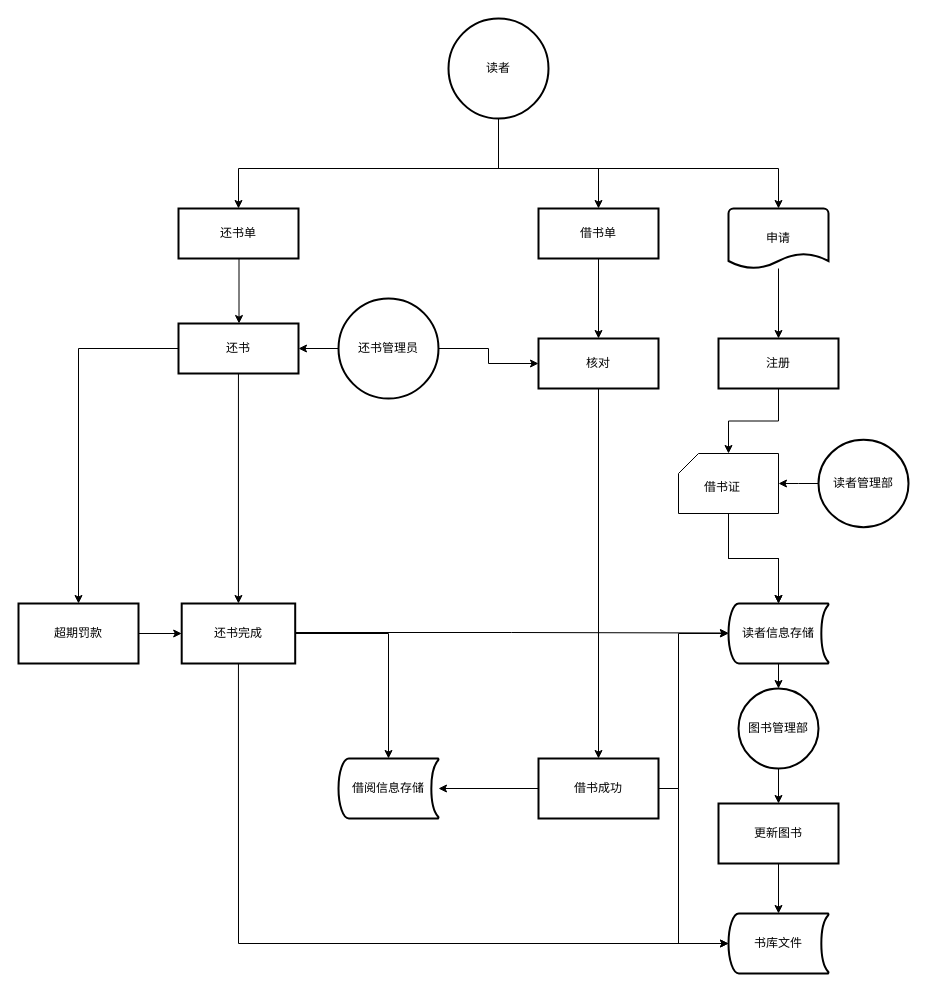
Earlier version of the draw.io diagram page "第 21 页" (21 of 21) of book.drawio (fanxy399/book). Source tidied: cells renumbered, new cells numbered last; positions are measured from the earlier drawing's top-left corner, leaving out a move shared by most shapes. Both pictures are drawn from the tidied source at 100%, with x=0, y=0 at pixel (18, 18).
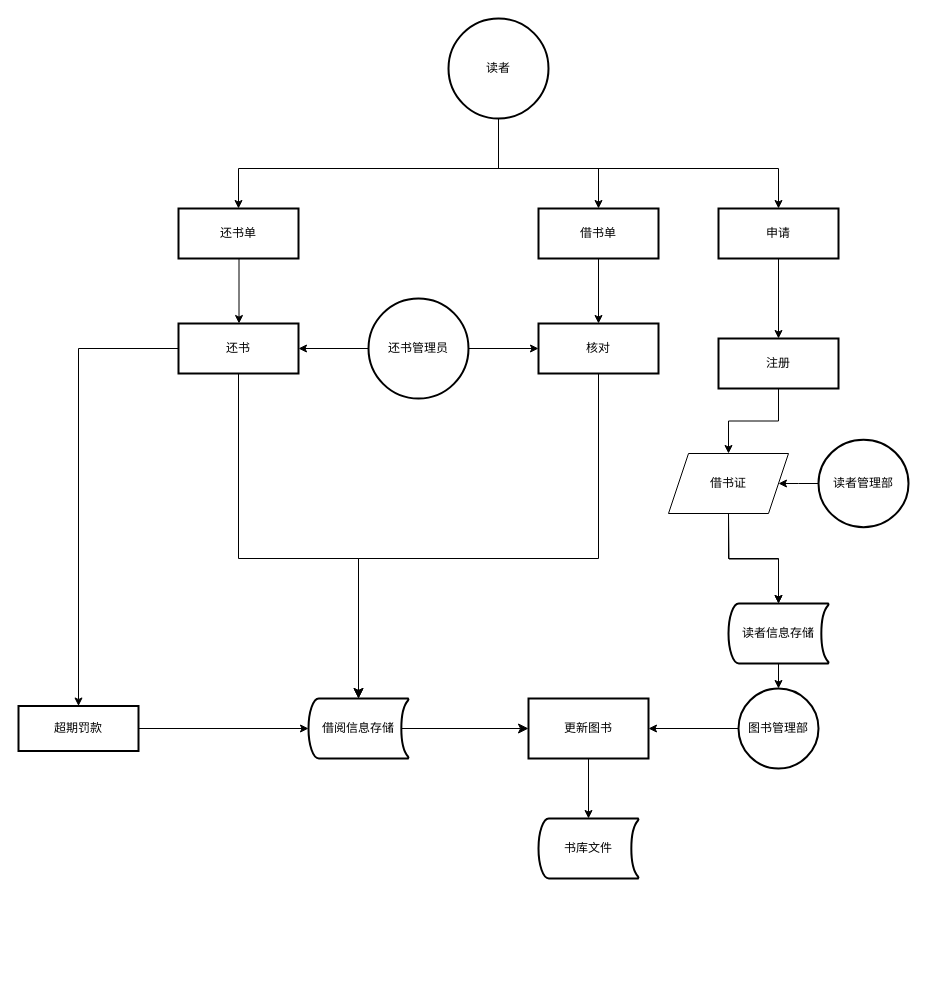
The same page after the edit.

The change refers to these unchanged cells:
```xml
<mxCell id="11" value="注册" style="whiteSpace=wrap;html=1;strokeWidth=2;" parent="1" vertex="1">
  <mxGeometry x="700" y="320" width="120" height="50" as="geometry" />
</mxCell>
<mxCell id="15" value="读者管理部" style="strokeWidth=2;html=1;shape=mxgraph.flowchart.start_2;whiteSpace=wrap;strokeColor=default;align=center;verticalAlign=middle;fontFamily=Helvetica;fontSize=12;fontColor=default;fillColor=default;" parent="1" vertex="1">
  <mxGeometry x="800" y="421.2" width="90" height="87.5" as="geometry" />
</mxCell>
<mxCell id="17" value="读者信息存储" style="strokeWidth=2;html=1;shape=mxgraph.flowchart.stored_data;whiteSpace=wrap;strokeColor=default;align=center;verticalAlign=middle;fontFamily=Helvetica;fontSize=12;fontColor=default;fillColor=default;" parent="1" vertex="1">
  <mxGeometry x="710" y="585" width="100" height="60" as="geometry" />
</mxCell>
<mxCell id="34" value="还书" style="rounded=0;whiteSpace=wrap;html=1;absoluteArcSize=1;arcSize=14;strokeWidth=2;strokeColor=default;align=center;verticalAlign=middle;fontFamily=Helvetica;fontSize=12;fontColor=default;fillColor=default;" parent="1" vertex="1">
  <mxGeometry x="160" y="305" width="120" height="50" as="geometry" />
</mxCell>
```

What changed in the source:
```diff
@@
-    <mxCell id="4" style="edgeStyle=orthogonalEdgeStyle;rounded=0;jettySize=auto;html=1;fontFamily=Helvetica;fontSize=12;fontColor=default;" parent="1" edge="1" source="5" target="11">
+    <mxCell id="4" style="edgeStyle=orthogonalEdgeStyle;rounded=0;jettySize=auto;html=1;fontFamily=Helvetica;fontSize=12;fontColor=default;exitX=0.5;exitY=1;exitDx=0;exitDy=0;" parent="1" edge="1" source="5" target="11">
       <mxGeometry relative="1" as="geometry" />
     </mxCell>
-    <mxCell id="5" value="申请" style="strokeWidth=2;html=1;shape=mxgraph.flowchart.document2;whiteSpace=wrap;size=0.25;strokeColor=default;align=center;verticalAlign=middle;fontFamily=Helvetica;fontSize=12;fontColor=default;fillColor=default;" parent="1" vertex="1">
-      <mxGeometry x="710" y="190" width="100" height="60" as="geometry" />
-    </mxCell>
@@
-    <mxCell id="10" style="edgeStyle=orthogonalEdgeStyle;rounded=0;jettySize=auto;html=1;fontFamily=Helvetica;fontSize=12;fontColor=default;" parent="1" edge="1" source="11" target="29">
+    <mxCell id="10" style="edgeStyle=orthogonalEdgeStyle;rounded=0;jettySize=auto;html=1;fontFamily=Helvetica;fontSize=12;fontColor=default;entryX=0.5;entryY=0;entryDx=0;entryDy=0;" parent="1" edge="1" source="11" target="30">
       <mxGeometry relative="1" as="geometry" />
     </mxCell>
@@
-    <mxCell id="12" style="edgeStyle=orthogonalEdgeStyle;rounded=0;jettySize=auto;html=1;fontFamily=Helvetica;fontSize=12;fontColor=default;" parent="1" edge="1" source="29" target="17">
-      <mxGeometry relative="1" as="geometry" />
+    <mxCell id="12" style="edgeStyle=orthogonalEdgeStyle;rounded=0;jettySize=auto;html=1;fontFamily=Helvetica;fontSize=12;fontColor=default;" parent="1" edge="1" target="17">
+      <mxGeometry relative="1" as="geometry">
+        <mxPoint x="710" y="495" as="sourcePoint" />
+      </mxGeometry>
     </mxCell>
-    <mxCell id="13" style="edgeStyle=orthogonalEdgeStyle;rounded=0;jettySize=auto;html=1;fontFamily=Helvetica;fontSize=12;fontColor=default;" parent="1" edge="1" source="29" target="17">
+    <mxCell id="13" style="edgeStyle=orthogonalEdgeStyle;rounded=0;jettySize=auto;html=1;fontFamily=Helvetica;fontSize=12;fontColor=default;exitX=0.5;exitY=1;exitDx=0;exitDy=0;" parent="1" edge="1" source="30" target="17">
       <mxGeometry relative="1" as="geometry" />
     </mxCell>
-    <mxCell id="14" style="edgeStyle=orthogonalEdgeStyle;rounded=0;jettySize=auto;html=1;fontFamily=Helvetica;fontSize=12;fontColor=default;" parent="1" edge="1" source="15" target="29">
+    <mxCell id="14" style="edgeStyle=orthogonalEdgeStyle;rounded=0;jettySize=auto;html=1;fontFamily=Helvetica;fontSize=12;fontColor=default;entryX=1;entryY=0.5;entryDx=0;entryDy=0;" parent="1" edge="1" source="15" target="30">
       <mxGeometry relative="1" as="geometry" />
     </mxCell>
@@
-    <mxCell id="18" style="edgeStyle=orthogonalEdgeStyle;rounded=0;jettySize=auto;html=1;fontFamily=Helvetica;fontSize=12;fontColor=default;entryX=0.5;entryY=0;entryDx=0;entryDy=0;" parent="1" edge="1" source="19" target="23">
-      <mxGeometry relative="1" as="geometry" />
-    </mxCell>
     <mxCell id="19" value="核对" style="rounded=0;whiteSpace=wrap;html=1;absoluteArcSize=1;arcSize=14;strokeWidth=2;strokeColor=default;align=center;verticalAlign=middle;fontFamily=Helvetica;fontSize=12;fontColor=default;fillColor=default;" parent="1" vertex="1">
-      <mxGeometry x="520" y="320" width="120" height="50" as="geometry" />
+      <mxGeometry x="520" y="305" width="120" height="50" as="geometry" />
     </mxCell>
@@
-    <mxCell id="21" style="edgeStyle=orthogonalEdgeStyle;rounded=0;jettySize=auto;html=1;fontFamily=Helvetica;fontSize=12;fontColor=default;" parent="1" edge="1" source="23" target="17">
-      <mxGeometry relative="1" as="geometry">
-        <Array as="points">
-          <mxPoint x="660" y="770" />
-          <mxPoint x="660" y="615" />
-        </Array>
-      </mxGeometry>
-    </mxCell>
-    <mxCell id="22" style="edgeStyle=orthogonalEdgeStyle;rounded=0;jettySize=auto;html=1;" parent="1" edge="1" source="23" target="46">
-      <mxGeometry relative="1" as="geometry" />
-    </mxCell>
-    <mxCell id="23" value="借书成功" style="whiteSpace=wrap;html=1;rounded=0;arcSize=14;strokeWidth=2;" parent="1" vertex="1">
-      <mxGeometry x="520" y="740" width="120" height="60" as="geometry" />
-    </mxCell>
@@
     <mxCell id="27" value="更新图书" style="rounded=0;whiteSpace=wrap;html=1;strokeWidth=2;" parent="1" vertex="1">
-      <mxGeometry x="700" y="785" width="120" height="60" as="geometry" />
+      <mxGeometry x="510" y="680" width="120" height="60" as="geometry" />
     </mxCell>
-    <mxCell id="28" style="group;" parent="1" vertex="1">
-      <mxGeometry x="660" y="435" width="100" height="60" as="geometry" />
-    </mxCell>
-    <mxCell id="29" style="verticalLabelPosition=bottom;verticalAlign=top;html=1;shape=card;whiteSpace=wrap;size=20;arcSize=12;strokeColor=default;align=center;fontFamily=Helvetica;fontSize=12;fontColor=default;fillColor=default;" parent="28" vertex="1">
-      <mxGeometry width="100" height="60" as="geometry" />
-    </mxCell>
-    <mxCell id="30" value="借书证" style="text;strokeColor=none;fillColor=none;spacingLeft=4;spacingRight=4;overflow=hidden;points=[[0,0.5],[1,0.5]];portConstraint=eastwest;fontSize=12;whiteSpace=wrap;html=1;fontFamily=Helvetica;fontColor=default;" parent="28" vertex="1">
-      <mxGeometry x="20" y="20" width="60" height="30" as="geometry" />
-    </mxCell>
     <mxCell id="31" value="书库文件" style="strokeWidth=2;html=1;shape=mxgraph.flowchart.stored_data;whiteSpace=wrap;strokeColor=default;align=center;verticalAlign=middle;fontFamily=Helvetica;fontSize=12;fontColor=default;fillColor=default;" parent="1" vertex="1">
-      <mxGeometry x="710" y="895" width="100" height="60" as="geometry" />
+      <mxGeometry x="520" y="800" width="100" height="60" as="geometry" />
     </mxCell>
-    <mxCell id="32" style="edgeStyle=orthogonalEdgeStyle;rounded=0;jettySize=auto;html=1;fontFamily=Helvetica;fontSize=12;fontColor=default;entryX=0.5;entryY=0;entryDx=0;entryDy=0;" parent="1" edge="1" source="34" target="37">
-      <mxGeometry relative="1" as="geometry" />
-    </mxCell>
@@
-    <mxCell id="35" style="edgeStyle=orthogonalEdgeStyle;rounded=0;orthogonalLoop=1;jettySize=auto;html=1;fontFamily=Helvetica;fontSize=12;fontColor=default;" parent="1" edge="1">
-      <mxGeometry relative="1" as="geometry">
-        <mxPoint x="276.8" y="609.5" as="sourcePoint" />
-        <mxPoint x="710" y="614.5" as="targetPoint" />
-        <Array as="points">
-          <mxPoint x="277" y="614" />
-          <mxPoint x="493" y="614" />
-        </Array>
-      </mxGeometry>
-    </mxCell>
-    <mxCell id="36" style="edgeStyle=orthogonalEdgeStyle;rounded=0;jettySize=auto;html=1;" parent="1" edge="1" source="37" target="46">
-      <mxGeometry relative="1" as="geometry" />
-    </mxCell>
-    <mxCell id="37" value="还书完成" style="whiteSpace=wrap;html=1;rounded=0;arcSize=14;strokeWidth=2;" parent="1" vertex="1">
-      <mxGeometry x="163.2" y="585" width="113.5" height="60" as="geometry" />
-    </mxCell>
@@
     <mxCell id="39" value="还书管理员" style="strokeWidth=2;html=1;shape=mxgraph.flowchart.start_2;whiteSpace=wrap;strokeColor=default;align=center;verticalAlign=middle;fontFamily=Helvetica;fontSize=12;fontColor=default;fillColor=default;" parent="1" vertex="1">
-      <mxGeometry x="320" y="280" width="100" height="100" as="geometry" />
+      <mxGeometry x="350" y="280" width="100" height="100" as="geometry" />
     </mxCell>
-    <mxCell id="40" style="edgeStyle=orthogonalEdgeStyle;rounded=0;jettySize=auto;html=1;fontFamily=Helvetica;fontSize=12;fontColor=default;" parent="1" edge="1" source="41" target="37">
+    <mxCell id="40" style="edgeStyle=orthogonalEdgeStyle;rounded=0;jettySize=auto;html=1;fontFamily=Helvetica;fontSize=12;fontColor=default;entryX=0;entryY=0.5;entryDx=0;entryDy=0;entryPerimeter=0;" parent="1" edge="1" source="41" target="46">
       <mxGeometry relative="1" as="geometry" />
     </mxCell>
     <mxCell id="41" value="超期罚款" style="whiteSpace=wrap;html=1;rounded=0;arcSize=14;strokeWidth=2;" parent="1" vertex="1">
-      <mxGeometry y="585" width="120" height="60" as="geometry" />
+      <mxGeometry y="687.5" width="120" height="45" as="geometry" />
     </mxCell>
-    <mxCell id="42" style="edgeStyle=orthogonalEdgeStyle;rounded=0;jettySize=auto;html=1;fontFamily=Helvetica;fontSize=12;fontColor=default;entryX=0;entryY=0.5;entryDx=0;entryDy=0;entryPerimeter=0;exitX=0.5;exitY=1;exitDx=0;exitDy=0;" parent="1" edge="1" source="37" target="31">
-      <mxGeometry relative="1" as="geometry">
-        <Array as="points">
-          <mxPoint x="220" y="925" />
-        </Array>
-      </mxGeometry>
-    </mxCell>
-    <mxCell id="43" style="edgeStyle=orthogonalEdgeStyle;rounded=0;jettySize=auto;html=1;fontFamily=Helvetica;fontSize=12;fontColor=default;exitX=1;exitY=0.5;exitDx=0;exitDy=0;entryX=0;entryY=0.5;entryDx=0;entryDy=0;entryPerimeter=0;" parent="1" edge="1" source="23" target="31">
-      <mxGeometry relative="1" as="geometry">
-        <Array as="points">
-          <mxPoint x="660" y="770" />
-          <mxPoint x="660" y="925" />
-        </Array>
-      </mxGeometry>
-    </mxCell>
@@
-    <mxCell id="45" style="edgeStyle=orthogonalEdgeStyle;rounded=0;jettySize=auto;html=1;entryX=0.5;entryY=0;entryDx=0;entryDy=0;fontFamily=Helvetica;fontSize=12;fontColor=default;entryPerimeter=0;" parent="1" edge="1" target="5">
+    <mxCell id="45" style="edgeStyle=orthogonalEdgeStyle;rounded=0;orthogonalLoop=1;jettySize=auto;html=1;entryX=0.5;entryY=0;entryDx=0;entryDy=0;fontFamily=Helvetica;fontSize=12;fontColor=default;entryPerimeter=0;" parent="1" edge="1">
       <mxGeometry relative="1" as="geometry">
         <mxPoint x="480" y="100" as="sourcePoint" />
+        <mxPoint x="760" y="190" as="targetPoint" />
         <Array as="points">
           <mxPoint x="480" y="150" />
           <mxPoint x="760" y="150" />
         </Array>
       </mxGeometry>
     </mxCell>
     <mxCell id="46" value="借阅信息存储" style="strokeWidth=2;html=1;shape=mxgraph.flowchart.stored_data;whiteSpace=wrap;strokeColor=default;align=center;verticalAlign=middle;fontFamily=Helvetica;fontSize=12;fontColor=default;fillColor=default;" parent="1" vertex="1">
-      <mxGeometry x="320" y="740" width="100" height="60" as="geometry" />
+      <mxGeometry x="290" y="680" width="100" height="60" as="geometry" />
     </mxCell>
+    <mxCell id="5" value="申请" style="whiteSpace=wrap;html=1;strokeWidth=2;" parent="1" vertex="1">
+      <mxGeometry x="700" y="190" width="120" height="50" as="geometry" />
+    </mxCell>
+    <mxCell id="30" value="借书证" style="shape=parallelogram;perimeter=parallelogramPerimeter;whiteSpace=wrap;html=1;fixedSize=1;" parent="1" vertex="1">
+      <mxGeometry x="650" y="435" width="120" height="60" as="geometry" />
+    </mxCell>
+    <mxCell id="47" style="edgeStyle=elbowEdgeStyle;elbow=vertical;endArrow=classic;html=1;curved=0;rounded=0;endSize=8;startSize=8;entryX=0.5;entryY=0;entryDx=0;entryDy=0;entryPerimeter=0;exitX=0.5;exitY=1;exitDx=0;exitDy=0;" parent="1" edge="1" source="19" target="46">
+      <mxGeometry relative="1" as="geometry">
+        <Array as="points">
+          <mxPoint x="510" y="540" />
+        </Array>
+      </mxGeometry>
+    </mxCell>
+    <mxCell id="48" style="edgeStyle=elbowEdgeStyle;elbow=vertical;endArrow=classic;html=1;curved=0;rounded=0;endSize=8;startSize=8;exitX=0.5;exitY=1;exitDx=0;exitDy=0;" parent="1" edge="1" source="34">
+      <mxGeometry relative="1" as="geometry">
+        <mxPoint x="340" y="680" as="targetPoint" />
+        <Array as="points">
+          <mxPoint x="280" y="540" />
+        </Array>
+      </mxGeometry>
+    </mxCell>
+    <mxCell id="49" style="edgeStyle=segmentEdgeStyle;endArrow=classic;html=1;curved=0;rounded=0;endSize=8;startSize=8;exitX=0.93;exitY=0.5;exitDx=0;exitDy=0;exitPerimeter=0;" parent="1" edge="1" source="46">
+      <mxGeometry relative="1" as="geometry">
+        <mxPoint x="510" y="710" as="targetPoint" />
+      </mxGeometry>
+    </mxCell>
```
